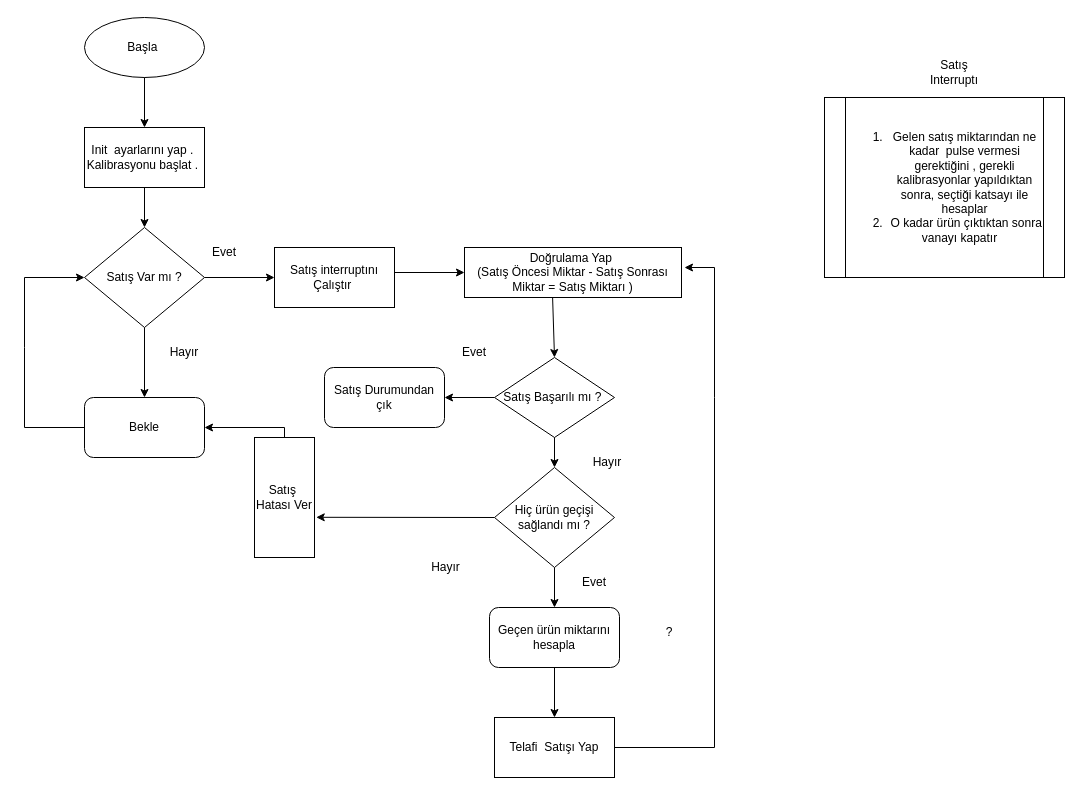
NurSeherr/fLOW-chart-for-cam-suyu-project- keeps this draw.io diagram as flow chart for cam suyu project .drawio. Above is the earlier version. Source tidied: cells renumbered, new cells numbered last; positions are measured from the earlier drawing's top-left corner, leaving out a move shared by most shapes. Both pictures are drawn from the tidied source at 100%, with x=0, y=0 at pixel (24, 17).
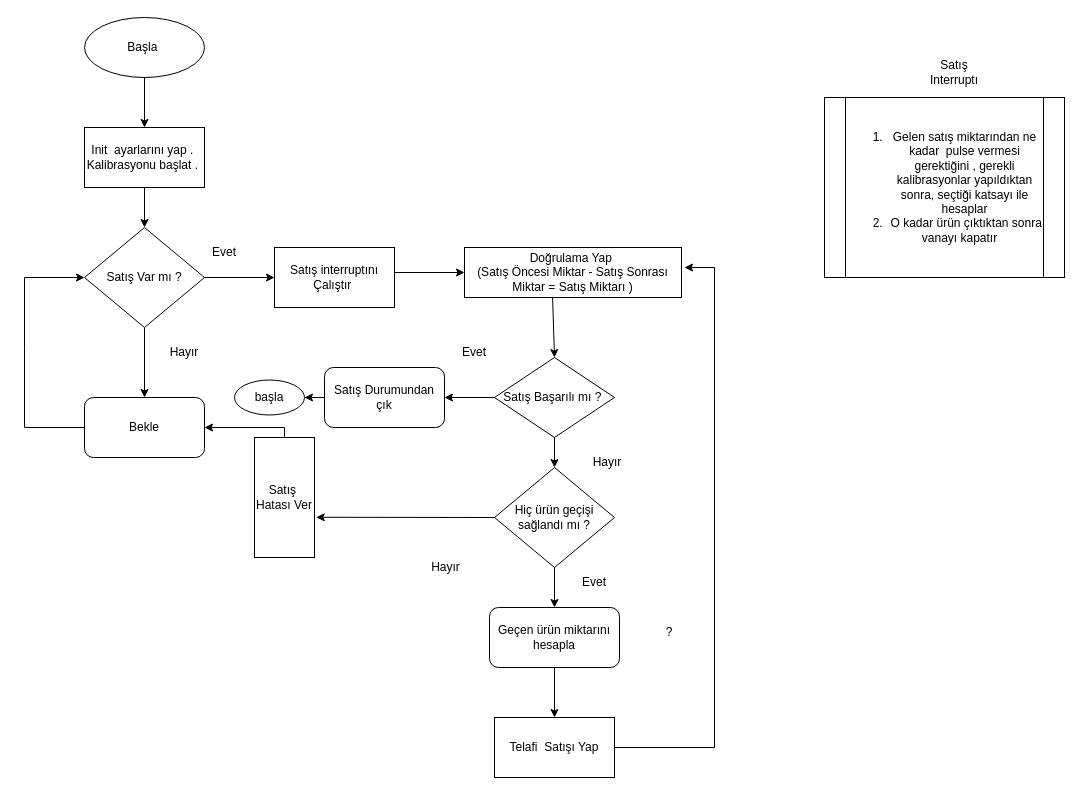
The same page after the edit.

The change refers to these unchanged cells:
```xml
<mxCell id="35" value="Satış Durumundan çık" style="rounded=1;whiteSpace=wrap;html=1;" parent="1" vertex="1">
  <mxGeometry x="300" y="350" width="120" height="60" as="geometry" />
</mxCell>
```

What changed in the source:
```diff
@@
+    <mxCell id="37" style="edgeStyle=orthogonalEdgeStyle;rounded=0;jettySize=auto;html=1;" parent="1" edge="1" source="35" target="38">
+      <mxGeometry relative="1" as="geometry" />
+    </mxCell>
@@
+    <mxCell id="38" value="başla" style="ellipse;whiteSpace=wrap;html=1;" parent="1" vertex="1">
+      <mxGeometry x="210" y="362.5" width="70" height="35" as="geometry" />
+    </mxCell>
```
